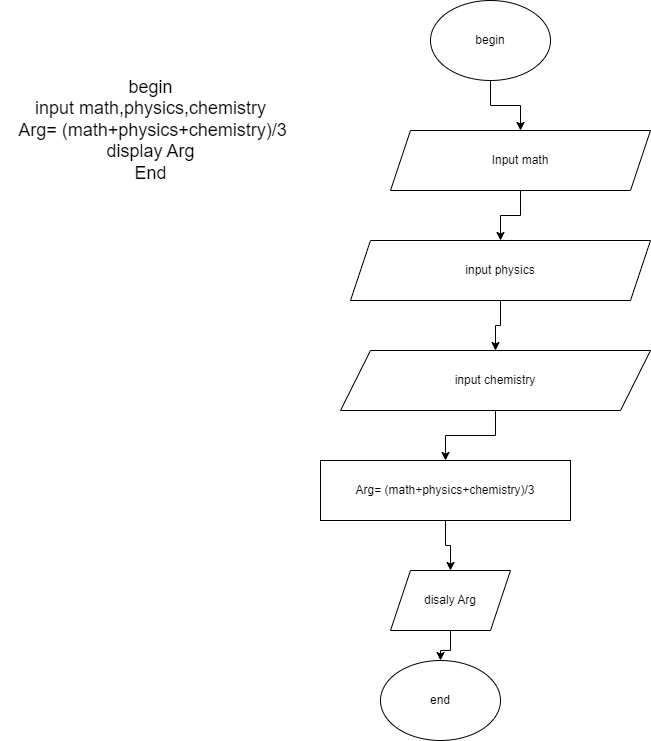
Before: Biểu đồ không có tiêu đề.drawio.png, a diagram exported from draw.io (anhtoan1210/lequangtoan). Source tidied: cells renumbered, new cells last; positions are measured from the earlier drawing's top-left corner, leaving out a move shared by most shapes. The source it was exported from:
```xml
<mxGraphModel>
  <root>
    <mxCell id="0" />
    <mxCell id="1" parent="0" />
    <mxCell id="2" style="edgeStyle=orthogonalEdgeStyle;rounded=0;jettySize=auto;html=1;" parent="1" edge="1" source="3" target="5">
      <mxGeometry relative="1" as="geometry" />
    </mxCell>
    <mxCell id="3" value="begin" style="ellipse;whiteSpace=wrap;html=1;" parent="1" vertex="1">
      <mxGeometry x="430" width="120" height="80" as="geometry" />
    </mxCell>
    <mxCell id="4" style="edgeStyle=orthogonalEdgeStyle;rounded=0;jettySize=auto;html=1;" parent="1" edge="1" source="5" target="7">
      <mxGeometry relative="1" as="geometry" />
    </mxCell>
    <mxCell id="5" value="Input math" style="shape=parallelogram;perimeter=parallelogramPerimeter;whiteSpace=wrap;html=1;fixedSize=1;size=20;" parent="1" vertex="1">
      <mxGeometry x="390" y="130" width="260" height="60" as="geometry" />
    </mxCell>
    <mxCell id="6" style="edgeStyle=orthogonalEdgeStyle;rounded=0;jettySize=auto;html=1;" parent="1" edge="1" source="7" target="9">
      <mxGeometry relative="1" as="geometry" />
    </mxCell>
    <mxCell id="7" value="input physics" style="shape=parallelogram;perimeter=parallelogramPerimeter;whiteSpace=wrap;html=1;fixedSize=1;" parent="1" vertex="1">
      <mxGeometry x="350" y="240" width="300" height="60" as="geometry" />
    </mxCell>
    <mxCell id="8" style="edgeStyle=orthogonalEdgeStyle;rounded=0;jettySize=auto;html=1;" parent="1" edge="1" source="9" target="11">
      <mxGeometry relative="1" as="geometry" />
    </mxCell>
    <mxCell id="9" value="input chemistry" style="shape=parallelogram;perimeter=parallelogramPerimeter;whiteSpace=wrap;html=1;fixedSize=1;size=30;" parent="1" vertex="1">
      <mxGeometry x="340" y="350" width="310" height="60" as="geometry" />
    </mxCell>
    <mxCell id="10" style="edgeStyle=orthogonalEdgeStyle;rounded=0;jettySize=auto;html=1;" parent="1" edge="1" source="11" target="13">
      <mxGeometry relative="1" as="geometry" />
    </mxCell>
    <mxCell id="11" value="Arg= (math+physics+chemistry)/3" style="whiteSpace=wrap;html=1;" parent="1" vertex="1">
      <mxGeometry x="320" y="460" width="250" height="60" as="geometry" />
    </mxCell>
    <mxCell id="12" style="edgeStyle=orthogonalEdgeStyle;rounded=0;jettySize=auto;html=1;" parent="1" edge="1" source="13" target="14">
      <mxGeometry relative="1" as="geometry" />
    </mxCell>
    <mxCell id="13" value="disaly Arg" style="shape=parallelogram;perimeter=parallelogramPerimeter;whiteSpace=wrap;html=1;fixedSize=1;size=20;" parent="1" vertex="1">
      <mxGeometry x="390" y="570" width="120" height="60" as="geometry" />
    </mxCell>
    <mxCell id="14" value="end" style="ellipse;whiteSpace=wrap;html=1;" parent="1" vertex="1">
      <mxGeometry x="380" y="660" width="120" height="80" as="geometry" />
    </mxCell>
    <mxCell id="15" value="&lt;font style=&quot;font-size: 18px;&quot;&gt;begin&lt;br&gt;input math,physics,chemistry&lt;br&gt;&amp;nbsp;Arg= (math+physics+chemistry)/3&lt;br&gt;display Arg&lt;br&gt;End&lt;/font&gt;" style="text;html=1;align=center;verticalAlign=middle;strokeColor=none;fillColor=none;" parent="1" vertex="1">
      <mxGeometry y="70" width="300" height="120" as="geometry" />
    </mxCell>
  </root>
</mxGraphModel>
```
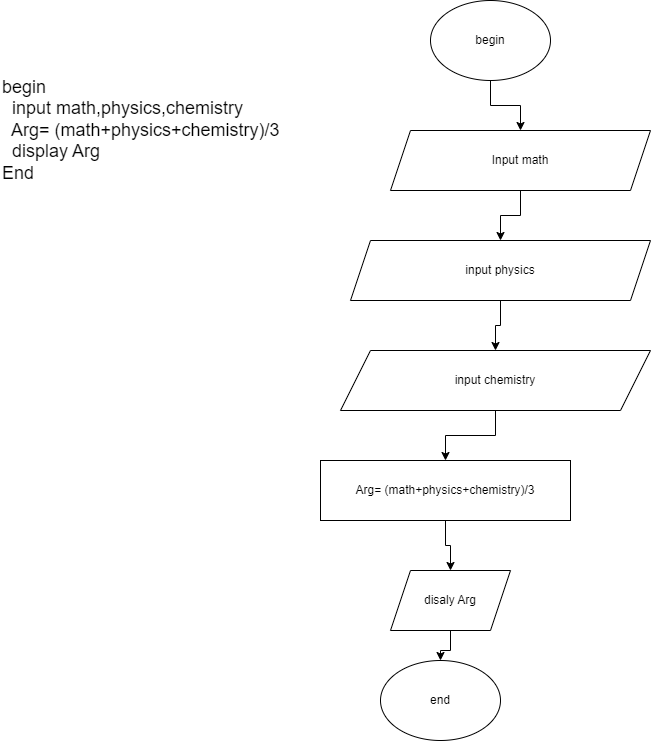
The same file after the commit.

Commit message:
Bai tap trung binh cong

Diff of the diagram source:
```diff
@@ -41,7 +41,7 @@
     <mxCell id="14" value="end" style="ellipse;whiteSpace=wrap;html=1;" parent="1" vertex="1">
       <mxGeometry x="380" y="660" width="120" height="80" as="geometry" />
     </mxCell>
-    <mxCell id="15" value="&lt;font style=&quot;font-size: 18px;&quot;&gt;begin&lt;br&gt;input math,physics,chemistry&lt;br&gt;&amp;nbsp;Arg= (math+physics+chemistry)/3&lt;br&gt;display Arg&lt;br&gt;End&lt;/font&gt;" style="text;html=1;align=center;verticalAlign=middle;strokeColor=none;fillColor=none;" parent="1" vertex="1">
+    <mxCell id="15" value="&lt;font style=&quot;font-size: 18px;&quot;&gt;begin&lt;br&gt;&amp;nbsp; input math,physics,chemistry&lt;br&gt;&amp;nbsp; Arg= (math+physics+chemistry)/3&lt;br&gt;&amp;nbsp; display Arg&lt;br&gt;End&lt;/font&gt;" style="text;html=1;align=left;verticalAlign=middle;strokeColor=none;fillColor=none;" parent="1" vertex="1">
       <mxGeometry y="70" width="300" height="120" as="geometry" />
     </mxCell>
   </root>
```
